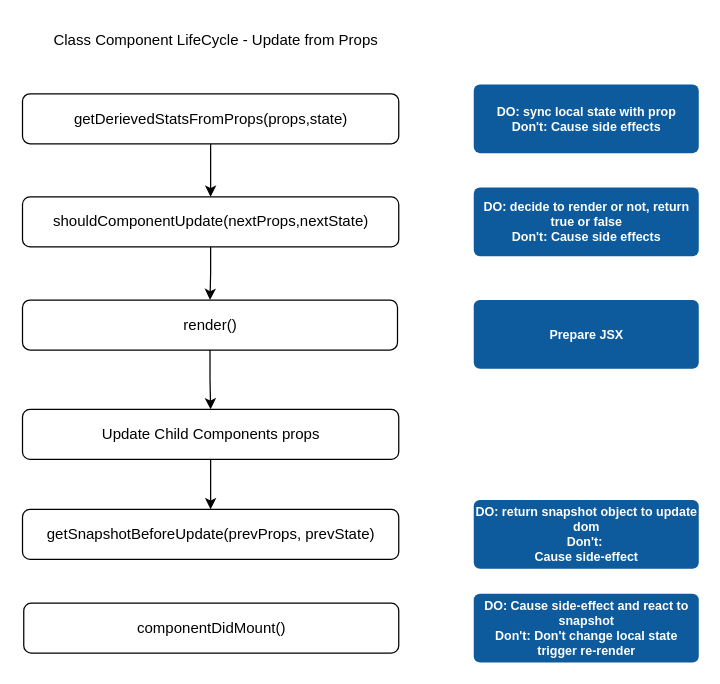
Before: ComponentLifeCycleUnmount.drawio in chrisbchoi/cc-react-lifecycle-methods, a draw.io diagram. Source tidied: cells renumbered, new cells numbered last; positions are measured from the earlier drawing's top-left corner, leaving out a move shared by most shapes. Both pictures are drawn from the tidied source at 125%, with x=0, y=0 at pixel (22, 21).
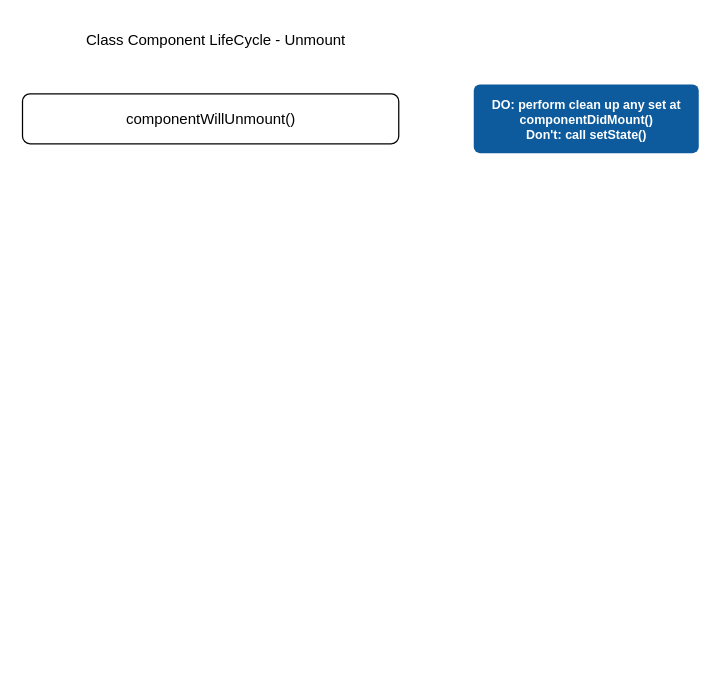
Above is the later version.

Diff of the diagram source:
```diff
@@
 <mxGraphModel>
   <root>
     <mxCell id="0" />
     <mxCell id="1" parent="0" />
-    <mxCell id="2" value="Class Component LifeCycle - Update from Props" style="text;html=1;strokeColor=none;fillColor=none;align=center;verticalAlign=middle;whiteSpace=wrap;rounded=0;" parent="1" vertex="1">
+    <mxCell id="2" value="Class Component LifeCycle - Unmount" style="text;html=1;strokeColor=none;fillColor=none;align=center;verticalAlign=middle;whiteSpace=wrap;rounded=0;" parent="1" vertex="1">
       <mxGeometry x="-0.5" width="309" height="30" as="geometry" />
     </mxCell>
-    <mxCell id="3" style="edgeStyle=orthogonalEdgeStyle;rounded=0;jettySize=auto;html=1;" parent="1" edge="1" source="4" target="6">
-      <mxGeometry relative="1" as="geometry" />
-    </mxCell>
-    <mxCell id="4" value="getDerievedStatsFromProps(props,state)" style="rounded=1;whiteSpace=wrap;html=1;fontSize=12;glass=0;strokeWidth=1;shadow=0;" parent="1" vertex="1">
+    <mxCell id="4" value="componentWillUnmount()" style="rounded=1;whiteSpace=wrap;html=1;fontSize=12;glass=0;strokeWidth=1;shadow=0;" parent="1" vertex="1">
       <mxGeometry x="-0.5" y="57.5" width="301" height="40" as="geometry" />
     </mxCell>
-    <mxCell id="5" style="edgeStyle=orthogonalEdgeStyle;rounded=0;jettySize=auto;html=1;" parent="1" edge="1" source="6" target="8">
-      <mxGeometry relative="1" as="geometry" />
-    </mxCell>
-    <mxCell id="6" value="shouldComponentUpdate(nextProps,nextState)" style="rounded=1;whiteSpace=wrap;html=1;fontSize=12;glass=0;strokeWidth=1;shadow=0;" parent="1" vertex="1">
-      <mxGeometry x="-0.5" y="140" width="301" height="40" as="geometry" />
-    </mxCell>
-    <mxCell id="7" style="edgeStyle=orthogonalEdgeStyle;rounded=0;jettySize=auto;html=1;" parent="1" edge="1" source="8" target="10">
-      <mxGeometry relative="1" as="geometry" />
-    </mxCell>
-    <mxCell id="8" value="render()" style="rounded=1;whiteSpace=wrap;html=1;fontSize=12;glass=0;strokeWidth=1;shadow=0;" parent="1" vertex="1">
-      <mxGeometry x="-0.5" y="222.5" width="300" height="40" as="geometry" />
-    </mxCell>
-    <mxCell id="9" style="edgeStyle=orthogonalEdgeStyle;rounded=0;jettySize=auto;html=1;" parent="1" edge="1" source="10" target="11">
-      <mxGeometry relative="1" as="geometry" />
-    </mxCell>
-    <mxCell id="10" value="Update Child Components props" style="rounded=1;whiteSpace=wrap;html=1;fontSize=12;glass=0;strokeWidth=1;shadow=0;" parent="1" vertex="1">
-      <mxGeometry x="-0.5" y="310" width="301" height="40" as="geometry" />
-    </mxCell>
-    <mxCell id="11" value="getSnapshotBeforeUpdate(prevProps, prevState)" style="rounded=1;whiteSpace=wrap;html=1;fontSize=12;glass=0;strokeWidth=1;shadow=0;" parent="1" vertex="1">
-      <mxGeometry x="-0.5" y="390" width="301" height="40" as="geometry" />
-    </mxCell>
-    <mxCell id="12" value="componentDidMount()" style="rounded=1;whiteSpace=wrap;html=1;fontSize=12;glass=0;strokeWidth=1;shadow=0;" parent="1" vertex="1">
-      <mxGeometry x="0.5" y="465" width="300" height="40" as="geometry" />
-    </mxCell>
-    <mxCell id="13" value="&lt;div&gt;&lt;span&gt;DO: sync local state with prop&lt;/span&gt;&lt;br&gt;&lt;/div&gt;&lt;div&gt;Don't: Cause side effects&lt;/div&gt;" style="html=1;shadow=0;dashed=0;shape=mxgraph.bootstrap.rrect;align=center;rSize=5;strokeColor=none;fillColor=#0D5B9D;fontColor=#ffffff;fontStyle=1;whiteSpace=wrap;fontSize=10;" parent="1" vertex="1">
+    <mxCell id="13" value="&lt;div&gt;&lt;span&gt;DO: perform clean up any set at componentDidMount()&lt;/span&gt;&lt;br&gt;&lt;/div&gt;&lt;div&gt;Don't: call setState()&lt;/div&gt;" style="html=1;shadow=0;dashed=0;shape=mxgraph.bootstrap.rrect;align=center;rSize=5;strokeColor=none;fillColor=#0D5B9D;fontColor=#ffffff;fontStyle=1;whiteSpace=wrap;fontSize=10;" parent="1" vertex="1">
       <mxGeometry x="360.5" y="50" width="180" height="55" as="geometry" />
     </mxCell>
-    <mxCell id="14" value="&lt;div&gt;Prepare JSX&lt;/div&gt;" style="html=1;shadow=0;dashed=0;shape=mxgraph.bootstrap.rrect;align=center;rSize=5;strokeColor=none;fillColor=#0D5B9D;fontColor=#ffffff;fontStyle=1;whiteSpace=wrap;fontSize=10;" parent="1" vertex="1">
-      <mxGeometry x="360.5" y="222.5" width="180" height="55" as="geometry" />
-    </mxCell>
-    <mxCell id="15" value="&lt;div&gt;&lt;span&gt;DO: Cause side-effect and react to snapshot&lt;/span&gt;&lt;br&gt;&lt;/div&gt;&lt;div&gt;Don't: Don't change local state&lt;/div&gt;&lt;div&gt;trigger re-render&lt;/div&gt;" style="html=1;shadow=0;dashed=0;shape=mxgraph.bootstrap.rrect;align=center;rSize=5;strokeColor=none;fillColor=#0D5B9D;fontColor=#ffffff;fontStyle=1;whiteSpace=wrap;fontSize=10;" parent="1" vertex="1">
-      <mxGeometry x="360.5" y="457.5" width="180" height="55" as="geometry" />
-    </mxCell>
-    <mxCell id="16" value="&lt;div&gt;&lt;span&gt;DO: decide to render or not, return true or false&lt;/span&gt;&lt;br&gt;&lt;/div&gt;&lt;div&gt;Don't: Cause side effects&lt;/div&gt;" style="html=1;shadow=0;dashed=0;shape=mxgraph.bootstrap.rrect;align=center;rSize=5;strokeColor=none;fillColor=#0D5B9D;fontColor=#ffffff;fontStyle=1;whiteSpace=wrap;fontSize=10;" parent="1" vertex="1">
-      <mxGeometry x="360.5" y="132.5" width="180" height="55" as="geometry" />
-    </mxCell>
-    <mxCell id="17" value="&lt;div&gt;&lt;span&gt;DO: return snapshot object to update dom&lt;/span&gt;&lt;br&gt;&lt;/div&gt;&lt;div&gt;Don't:&amp;nbsp;&lt;/div&gt;Cause side-effect" style="html=1;shadow=0;dashed=0;shape=mxgraph.bootstrap.rrect;align=center;rSize=5;strokeColor=none;fillColor=#0D5B9D;fontColor=#ffffff;fontStyle=1;whiteSpace=wrap;fontSize=10;" parent="1" vertex="1">
-      <mxGeometry x="360.5" y="382.5" width="180" height="55" as="geometry" />
-    </mxCell>
   </root>
 </mxGraphModel>
```
